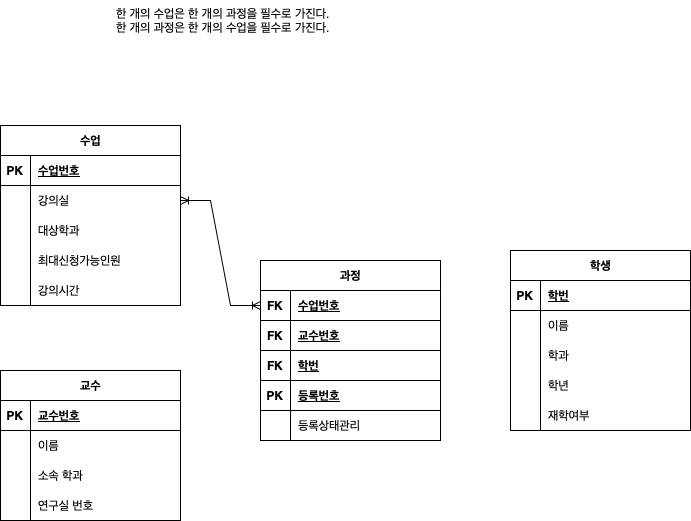
This is Data Modeling/수강신청.drawio.png from ikkjun/SQL, a draw.io export, as it was before one commit. Source tidied: cells renumbered, new cells last; positions are measured from the earlier drawing's top-left corner, leaving out a move shared by most shapes.
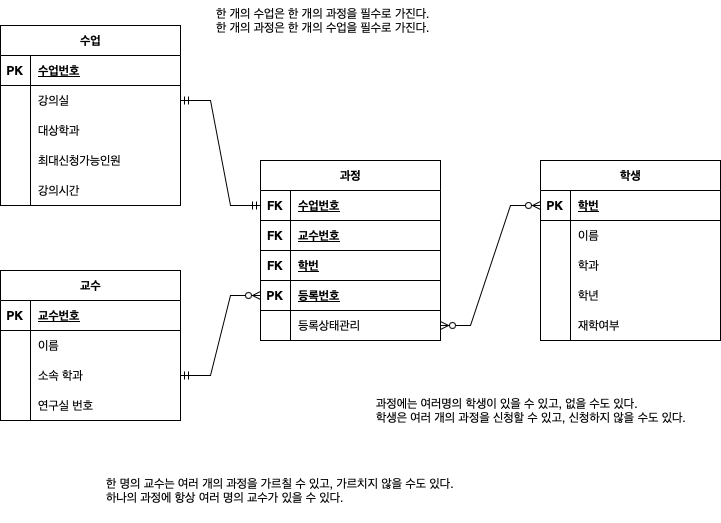
The same file after the commit.

Commit message:
수강신청.drawio.png 업데이트

What changed in the source:
```diff
@@ -90,7 +90,7 @@
       <mxGeometry x="30" width="150" height="30" as="geometry" />
     </mxCell>
     <mxCell id="31" value="학생" style="shape=table;startSize=30;rowLines=0;fontStyle=1;align=center;html=1;" parent="1" vertex="1">
-      <mxGeometry x="510" y="250" width="180" height="180" as="geometry" />
+      <mxGeometry x="540" y="260" width="180" height="180" as="geometry" />
     </mxCell>
     <mxCell id="32" style="shape=tableRow;horizontal=0;startSize=0;swimlaneHead=0;swimlaneBody=0;fillColor=none;points=[[0,0.5],[1,0.5]];portConstraint=eastwest;top=0;left=0;right=0;bottom=1;" parent="31" vertex="1">
       <mxGeometry y="30" width="180" height="30" as="geometry" />
@@ -138,7 +138,7 @@
       <mxGeometry x="30" width="150" height="30" as="geometry" />
     </mxCell>
     <mxCell id="47" value="한 개의 수업은 한 개의 과정을 필수로 가진다.&lt;br&gt;한 개의 과정은 한 개의 수업을 필수로 가진다." style="text;strokeColor=none;fillColor=none;spacingLeft=4;spacingRight=4;overflow=hidden;fontSize=12;whiteSpace=wrap;html=1;" parent="1" vertex="1">
-      <mxGeometry x="110" width="230" height="50" as="geometry" />
+      <mxGeometry x="210" y="100" width="230" height="50" as="geometry" />
     </mxCell>
     <mxCell id="48" value="과정" style="shape=table;startSize=30;rowLines=0;fontStyle=1;align=center;html=1;" parent="1" vertex="1">
       <mxGeometry x="260" y="260" width="180" height="180" as="geometry" />
@@ -188,8 +188,24 @@
     <mxCell id="63" value="등록상태관리" style="shape=partialRectangle;fillColor=none;top=0;left=0;bottom=0;right=0;align=left;spacingLeft=6;overflow=hidden;whiteSpace=wrap;html=1;" parent="61" vertex="1">
       <mxGeometry x="30" width="150" height="30" as="geometry" />
     </mxCell>
+    <mxCell id="65" value="한 명의 교수는 여러 개의 과정을 가르칠 수 있고, 가르치지 않을 수도 있다.&amp;nbsp;&lt;br&gt;하나의 과정에 항상 여러 명의 교수가 있을 수 있다.&amp;nbsp;" style="text;strokeColor=none;fillColor=none;spacingLeft=4;spacingRight=4;overflow=hidden;fontSize=12;whiteSpace=wrap;html=1;" parent="1" vertex="1">
+      <mxGeometry x="100" y="570" width="380" height="50" as="geometry" />
+    </mxCell>
-    <mxCell id="64" style="edgeStyle=entityRelationEdgeStyle;fontSize=12;html=1;endArrow=ERoneToMany;startArrow=ERoneToMany;rounded=0;entryX=0;entryY=0.5;entryDx=0;entryDy=0;exitX=1;exitY=0.5;exitDx=0;exitDy=0;" parent="1" edge="1" source="6" target="49">
+    <mxCell id="64" style="edgeStyle=entityRelationEdgeStyle;fontSize=12;html=1;endArrow=ERmandOne;startArrow=ERmandOne;rounded=0;entryX=0;entryY=0.5;entryDx=0;entryDy=0;exitX=1;exitY=0.5;exitDx=0;exitDy=0;" parent="1" edge="1" source="6" target="49">
       <mxGeometry relative="1" as="geometry" />
     </mxCell>
+    <mxCell id="66" style="edgeStyle=entityRelationEdgeStyle;fontSize=12;html=1;endArrow=ERzeroToMany;startArrow=ERmandOne;rounded=0;entryX=0;entryY=0.5;entryDx=0;entryDy=0;exitX=1;exitY=0.5;exitDx=0;exitDy=0;" parent="1" edge="1" source="25" target="58">
+      <mxGeometry relative="1" as="geometry" />
+    </mxCell>
+    <mxCell id="67" value="과정에는 여러명의 학생이 있을 수 있고, 없을 수도 있다. &lt;br&gt;학생은 여러 개의 과정을 신청할 수 있고, 신청하지 않을 수도 있다." style="text;strokeColor=none;fillColor=none;spacingLeft=4;spacingRight=4;overflow=hidden;fontSize=12;whiteSpace=wrap;html=1;" parent="1" vertex="1">
+      <mxGeometry x="370" y="490" width="350" height="50" as="geometry" />
+    </mxCell>
+    <mxCell id="68" style="edgeStyle=entityRelationEdgeStyle;fontSize=12;html=1;endArrow=ERzeroToMany;endFill=1;startArrow=ERzeroToMany;rounded=0;entryX=0;entryY=0.5;entryDx=0;entryDy=0;exitX=1;exitY=0.5;exitDx=0;exitDy=0;" parent="1" edge="1" source="61" target="32">
+      <mxGeometry relative="1" as="geometry">
+        <Array as="points">
+          <mxPoint x="400" y="350" />
+        </Array>
+      </mxGeometry>
+    </mxCell>
   </root>
 </mxGraphModel>
```
